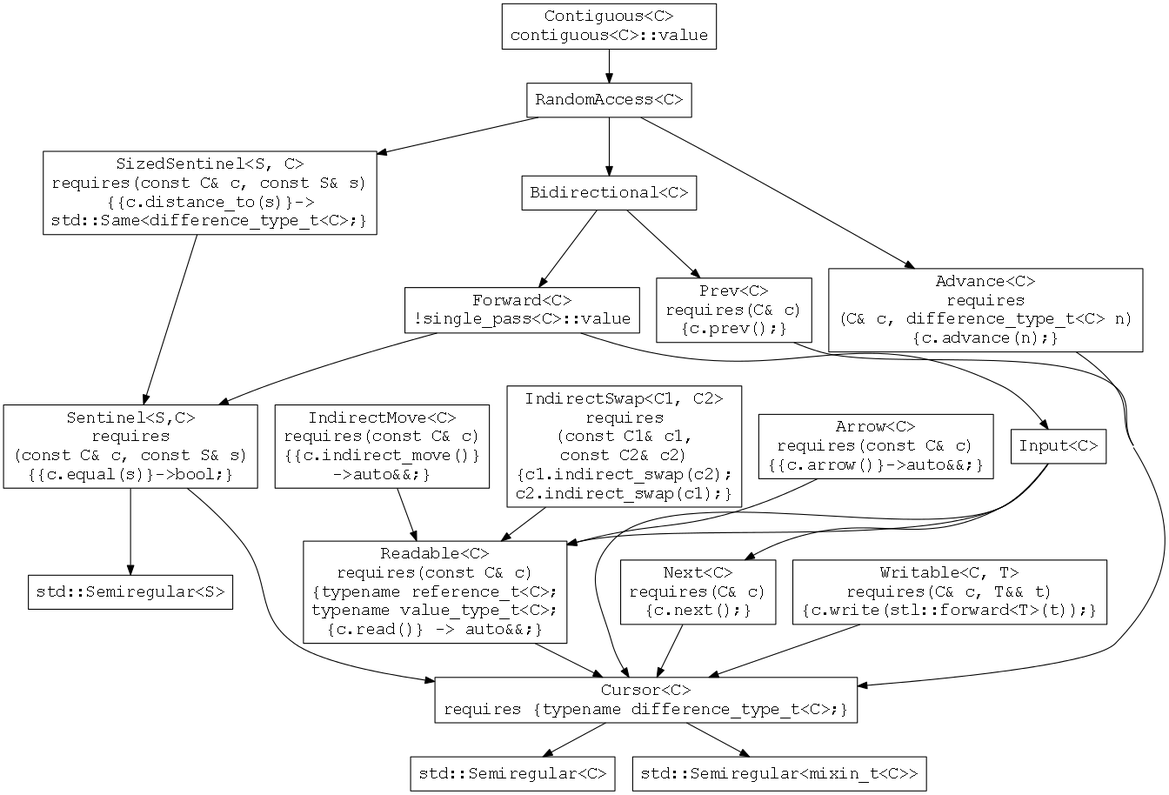
This is cursor-concepts.png from Beman/iterator-facade-proposal, a Graphviz export, as it was before one commit. Its source is kept beside it as cursor-concepts.dot.
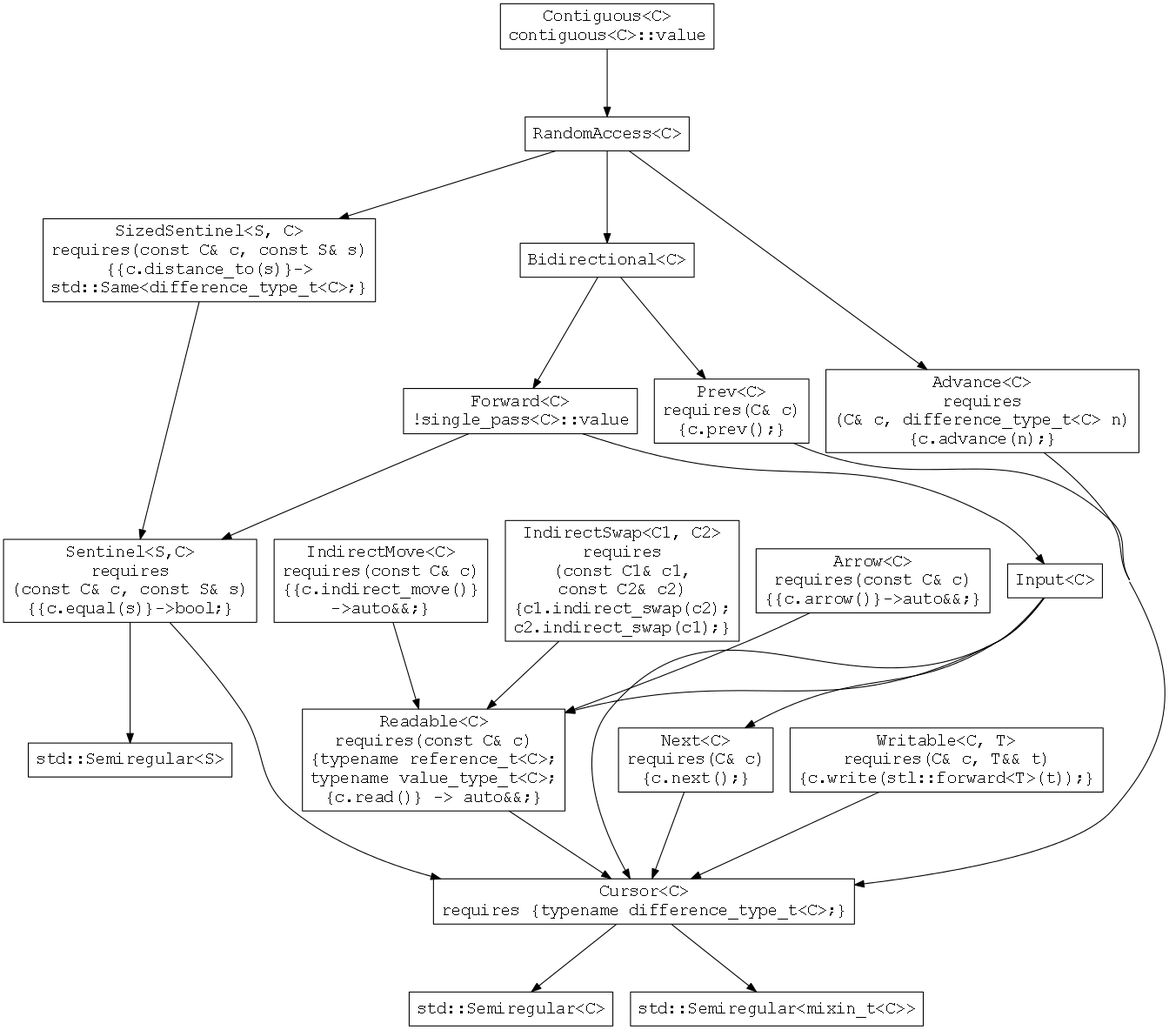
Above is the later version.

Commit message:
Slightly increase the rank separation of the concepts graph.

Change to the diagram source:
```diff
@@ -1,8 +1,9 @@
 digraph iterator_concepts
 {
-  size ="14,14"
-  ratio=compress
-  concentrate=true
+  size ="14,14";
+  ratio=compress;
+  concentrate=true;
+  ranksep=1.0;
   graph [fontname = "courier" fontsize = 18.0];
   node [fontname = "courier" fontsize = 18.0];
   edge [fontname = "courier" fontsize = 18.0];
```
